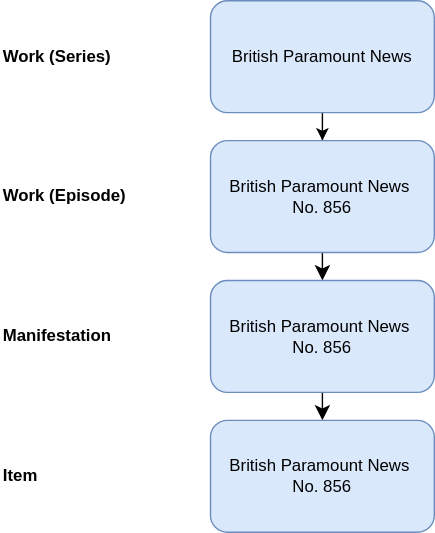
This is markdown/diagrams/numb_01.drawio.svg from FIAF/fiaf-cataloguing-manual, a draw.io export, as it was before one commit. Source tidied: cells renumbered, new cells last; positions are measured from the earlier drawing's top-left corner, leaving out a move shared by most shapes.
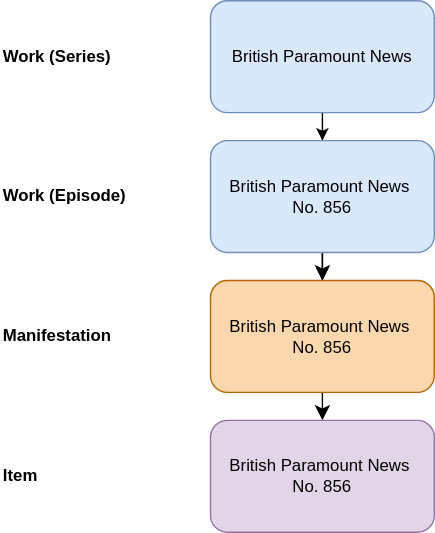
After the commit.

Diff of the diagram source:
```diff
@@ -8,9 +8,12 @@
     <mxCell id="3" value="British Paramount News" style="rounded=1;whiteSpace=wrap;html=1;fillColor=#dae8fc;strokeColor=#6c8ebf;" parent="1" vertex="1">
       <mxGeometry x="150" width="160" height="80" as="geometry" />
     </mxCell>
-    <mxCell id="4" style="edgeStyle=none;curved=1;rounded=0;jettySize=auto;html=1;exitX=0.5;exitY=1;exitDx=0;exitDy=0;entryX=0.5;entryY=0;entryDx=0;entryDy=0;fontSize=12;startSize=8;endSize=8;" parent="1" edge="1" source="5" target="10">
-      <mxGeometry relative="1" as="geometry" />
-    </mxCell>
+    <mxCell id="13" style="edgeStyle=none;curved=1;rounded=0;jettySize=auto;html=1;exitX=0.5;exitY=1;exitDx=0;exitDy=0;entryX=0.5;entryY=0;entryDx=0;entryDy=0;fontSize=12;startSize=8;endSize=8;" parent="1" edge="1" source="5" target="16">
+      <mxGeometry relative="1" as="geometry" />
+    </mxCell>
+    <mxCell id="14" style="edgeStyle=orthogonalEdgeStyle;rounded=0;jettySize=auto;html=1;" parent="1" edge="1" source="5" target="16">
+      <mxGeometry relative="1" as="geometry" />
+    </mxCell>
     <mxCell id="5" value="&lt;div&gt;British Paramount News&amp;nbsp;&lt;/div&gt;&lt;div&gt;No. 856&lt;/div&gt;" style="rounded=1;whiteSpace=wrap;html=1;fillColor=#dae8fc;strokeColor=#6c8ebf;" parent="1" vertex="1">
       <mxGeometry x="150" y="100" width="160" height="80" as="geometry" />
     </mxCell>
@@ -23,17 +26,17 @@
     <mxCell id="8" value="Manifestation" style="text;html=1;whiteSpace=wrap;strokeColor=none;fillColor=none;align=left;verticalAlign=middle;rounded=0;fontStyle=1;" parent="1" vertex="1">
       <mxGeometry y="225" width="110" height="30" as="geometry" />
     </mxCell>
-    <mxCell id="9" style="edgeStyle=none;curved=1;rounded=0;jettySize=auto;html=1;exitX=0.5;exitY=1;exitDx=0;exitDy=0;entryX=0.5;entryY=0;entryDx=0;entryDy=0;fontSize=12;startSize=8;endSize=8;" parent="1" edge="1" source="10" target="12">
-      <mxGeometry relative="1" as="geometry" />
-    </mxCell>
-    <mxCell id="10" value="&lt;div&gt;British Paramount News&amp;nbsp;&lt;/div&gt;&lt;div&gt;No. 856&lt;/div&gt;" style="rounded=1;whiteSpace=wrap;html=1;fillColor=#dae8fc;strokeColor=#6c8ebf;" parent="1" vertex="1">
-      <mxGeometry x="150" y="200" width="160" height="80" as="geometry" />
-    </mxCell>
+    <mxCell id="15" style="edgeStyle=none;curved=1;rounded=0;jettySize=auto;html=1;exitX=0.5;exitY=1;exitDx=0;exitDy=0;entryX=0.5;entryY=0;entryDx=0;entryDy=0;fontSize=12;startSize=8;endSize=8;" parent="1" edge="1" source="16" target="17">
+      <mxGeometry relative="1" as="geometry" />
+    </mxCell>
+    <mxCell id="16" value="&lt;div&gt;British Paramount News&amp;nbsp;&lt;/div&gt;&lt;div&gt;No. 856&lt;/div&gt;" style="rounded=1;whiteSpace=wrap;html=1;fillColor=#fad7ac;strokeColor=#b46504;" parent="1" vertex="1">
+      <mxGeometry x="150" y="200" width="160" height="80" as="geometry" />
+    </mxCell>
     <mxCell id="11" value="Item" style="text;html=1;whiteSpace=wrap;strokeColor=none;fillColor=none;align=left;verticalAlign=middle;rounded=0;fontStyle=1;" parent="1" vertex="1">
       <mxGeometry y="325" width="110" height="30" as="geometry" />
     </mxCell>
-    <mxCell id="12" value="&lt;div&gt;British Paramount News&amp;nbsp;&lt;/div&gt;&lt;div&gt;No. 856&lt;/div&gt;" style="rounded=1;whiteSpace=wrap;html=1;fillColor=#dae8fc;strokeColor=#6c8ebf;" parent="1" vertex="1">
-      <mxGeometry x="150" y="300" width="160" height="80" as="geometry" />
-    </mxCell>
+    <mxCell id="17" value="&lt;div&gt;British Paramount News&amp;nbsp;&lt;/div&gt;&lt;div&gt;No. 856&lt;/div&gt;" style="rounded=1;whiteSpace=wrap;html=1;fillColor=#e1d5e7;strokeColor=#9673a6;" parent="1" vertex="1">
+      <mxGeometry x="150" y="300" width="160" height="80" as="geometry" />
+    </mxCell>
   </root>
 </mxGraphModel>
```
